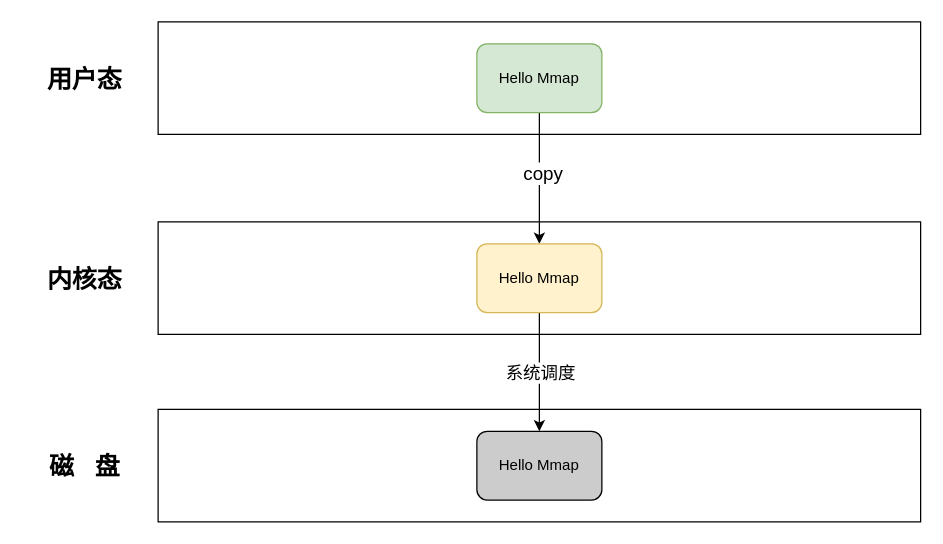
This is files/用户态内核态.drawio from liqianggh/liqiang-leaning, a draw.io file, before an edit. Source tidied: cells renumbered, new cells numbered last; positions are measured from the earlier drawing's top-left corner, leaving out a move shared by most shapes. Both pictures are drawn from the tidied source at 125%, with x=0, y=0 at pixel (21, 21).
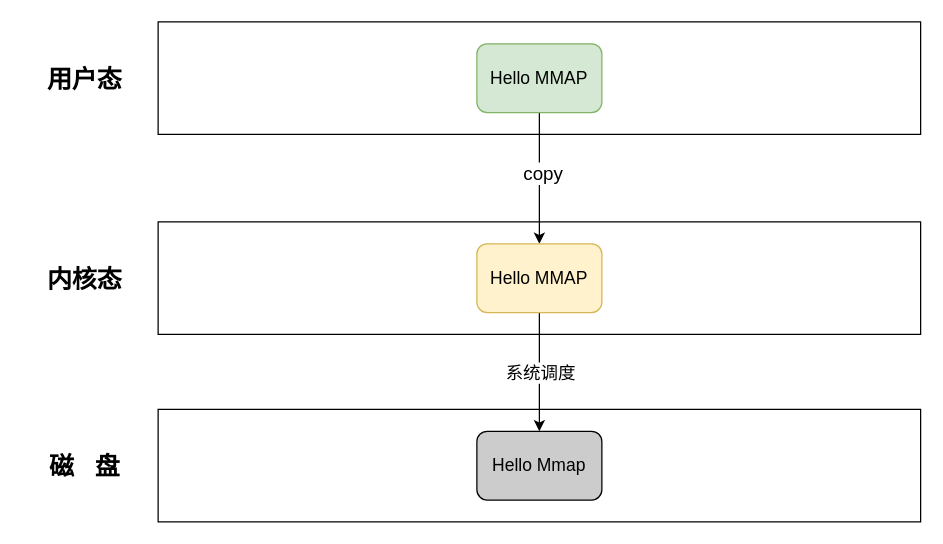
The same diagram, later.

What changed in the source:
```diff
@@
 <mxGraphModel>
   <root>
     <mxCell id="0" />
     <mxCell id="1" parent="0" />
     <mxCell id="2" style="rounded=0;whiteSpace=wrap;html=1;sketch=0;" parent="1" vertex="1">
       <mxGeometry x="109" y="310" width="610" height="90" as="geometry" />
     </mxCell>
     <mxCell id="3" style="rounded=0;whiteSpace=wrap;html=1;sketch=0;" parent="1" vertex="1">
       <mxGeometry x="109" width="610" height="90" as="geometry" />
     </mxCell>
     <mxCell id="4" style="rounded=0;whiteSpace=wrap;html=1;sketch=0;" parent="1" vertex="1">
       <mxGeometry x="109" y="160" width="610" height="90" as="geometry" />
     </mxCell>
     <mxCell id="5" value="&lt;font style=&quot;font-size: 20px&quot;&gt;用户态&lt;/font&gt;" style="text;strokeColor=none;fillColor=none;html=1;fontSize=24;fontStyle=1;verticalAlign=middle;align=center;rounded=0;sketch=0;" parent="1" vertex="1">
       <mxGeometry y="25" width="100" height="40" as="geometry" />
     </mxCell>
     <mxCell id="6" value="&lt;font style=&quot;font-size: 20px&quot;&gt;内核态&lt;/font&gt;" style="text;strokeColor=none;fillColor=none;html=1;fontSize=24;fontStyle=1;verticalAlign=middle;align=center;rounded=0;sketch=0;" parent="1" vertex="1">
       <mxGeometry y="185" width="100" height="40" as="geometry" />
     </mxCell>
     <mxCell id="7" value="&lt;font style=&quot;font-size: 20px&quot;&gt;磁&amp;nbsp; &amp;nbsp;盘&lt;/font&gt;" style="text;strokeColor=none;fillColor=none;html=1;fontSize=24;fontStyle=1;verticalAlign=middle;align=center;rounded=0;sketch=0;" parent="1" vertex="1">
       <mxGeometry y="335" width="100" height="40" as="geometry" />
     </mxCell>
     <mxCell id="8" style="edgeStyle=orthogonalEdgeStyle;curved=0;rounded=1;sketch=0;jettySize=auto;html=1;exitX=0.5;exitY=1;exitDx=0;exitDy=0;entryX=0.5;entryY=0;entryDx=0;entryDy=0;" parent="1" edge="1" source="10" target="13">
       <mxGeometry relative="1" as="geometry" />
     </mxCell>
     <mxCell id="9" value="&lt;font style=&quot;font-size: 15px&quot;&gt;copy&lt;/font&gt;" style="edgeLabel;html=1;align=center;verticalAlign=middle;" parent="8" vertex="1">
       <mxGeometry x="-0.11" y="2" relative="1" as="geometry">
         <mxPoint y="1" as="offset" />
       </mxGeometry>
     </mxCell>
-    <mxCell id="10" value="Hello Mmap" style="rounded=1;whiteSpace=wrap;html=1;sketch=0;fillColor=#d5e8d4;strokeColor=#82b366;" parent="1" vertex="1">
+    <mxCell id="10" value="&lt;font style=&quot;font-size: 14px&quot;&gt;Hello MMAP&lt;/font&gt;" style="rounded=1;whiteSpace=wrap;html=1;sketch=0;fillColor=#d5e8d4;strokeColor=#82b366;" parent="1" vertex="1">
       <mxGeometry x="364" y="17.5" width="100" height="55" as="geometry" />
     </mxCell>
     <mxCell id="11" style="edgeStyle=orthogonalEdgeStyle;curved=0;rounded=1;sketch=0;jettySize=auto;html=1;exitX=0.5;exitY=1;exitDx=0;exitDy=0;entryX=0.5;entryY=0;entryDx=0;entryDy=0;" parent="1" edge="1" source="13" target="14">
       <mxGeometry relative="1" as="geometry" />
     </mxCell>
     <mxCell id="12" value="&lt;font style=&quot;font-size: 14px&quot;&gt;系统调度&lt;/font&gt;" style="edgeLabel;html=1;align=center;verticalAlign=middle;" parent="11" vertex="1">
       <mxGeometry x="-0.29" y="2" relative="1" as="geometry">
         <mxPoint x="-2" y="13.5" as="offset" />
       </mxGeometry>
     </mxCell>
-    <mxCell id="13" value="Hello Mmap" style="rounded=1;whiteSpace=wrap;html=1;sketch=0;fillColor=#fff2cc;strokeColor=#d6b656;" parent="1" vertex="1">
+    <mxCell id="13" value="&lt;font style=&quot;font-size: 14px&quot;&gt;Hello MMAP&lt;/font&gt;" style="rounded=1;whiteSpace=wrap;html=1;sketch=0;fillColor=#fff2cc;strokeColor=#d6b656;" parent="1" vertex="1">
       <mxGeometry x="364" y="177.5" width="100" height="55" as="geometry" />
     </mxCell>
-    <mxCell id="14" value="Hello Mmap" style="rounded=1;whiteSpace=wrap;html=1;sketch=0;fillColor=#CCCCCC;" parent="1" vertex="1">
+    <mxCell id="14" value="&lt;font style=&quot;font-size: 14px&quot;&gt;Hello Mmap&lt;/font&gt;" style="rounded=1;whiteSpace=wrap;html=1;sketch=0;fillColor=#CCCCCC;" parent="1" vertex="1">
       <mxGeometry x="364" y="327.5" width="100" height="55" as="geometry" />
     </mxCell>
   </root>
 </mxGraphModel>
```
